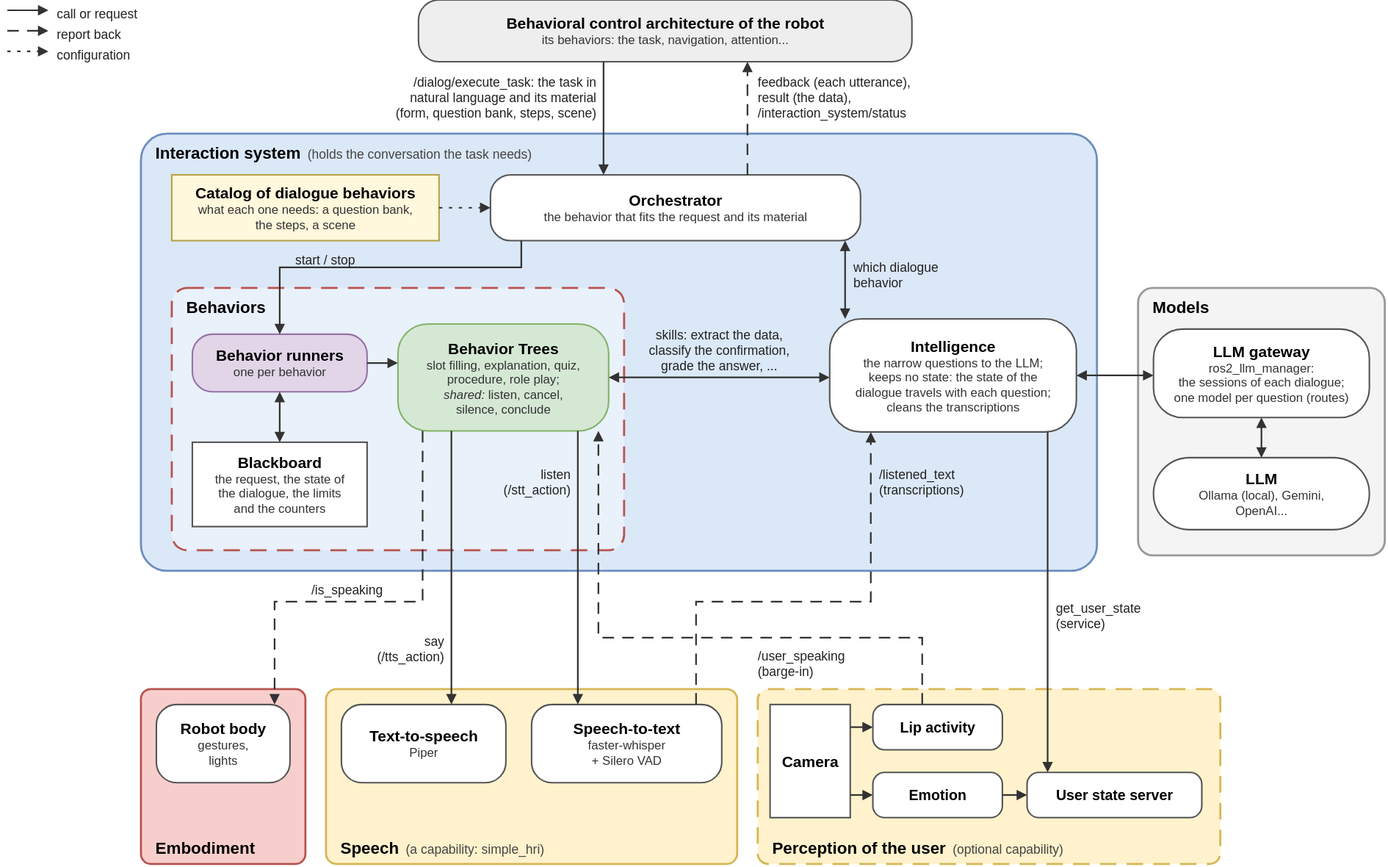
The draw.io diagram media/interaction_system_architecture.drawio.svg in geriabot/interaction_system, before a commit. Source tidied: cells renumbered, new cells last; positions are measured from the earlier drawing's top-left corner, leaving out a move shared by most shapes.
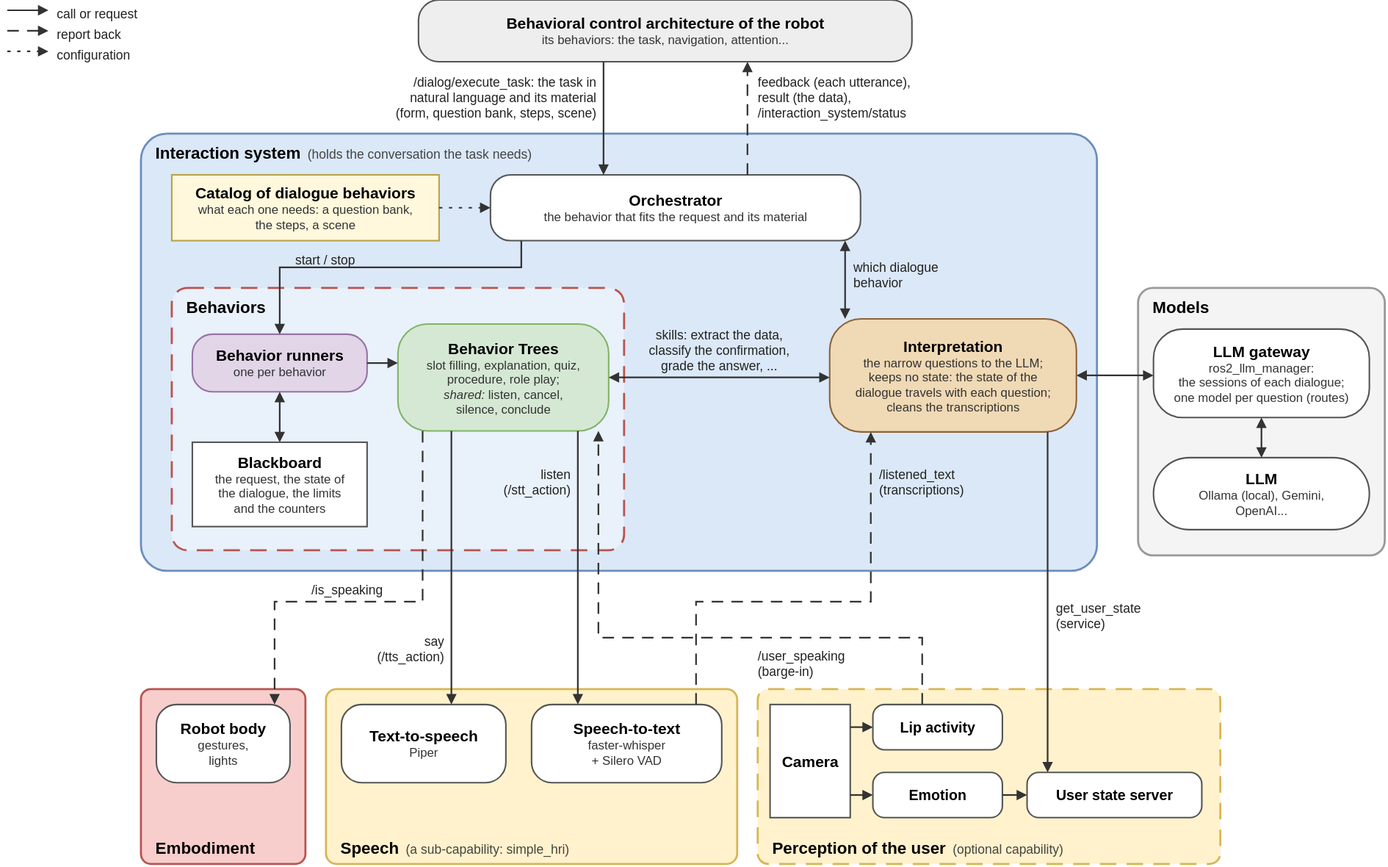
After the change.

Diff of the diagram source:
```diff
@@ -26,7 +26,7 @@
     <mxCell id="9" value="&lt;b style=&quot;font-size:15px&quot;&gt;Blackboard&lt;/b&gt;&lt;br&gt;&lt;span style=&quot;font-size:12px;color:#333333&quot;&gt;the request, the state of&lt;/span&gt;&lt;br&gt;&lt;span style=&quot;font-size:12px;color:#333333&quot;&gt;the dialogue, the limits&lt;/span&gt;&lt;br&gt;&lt;span style=&quot;font-size:12px;color:#333333&quot;&gt;and the counters&lt;/span&gt;" style="rounded=0;whiteSpace=wrap;html=1;fillColor=#ffffff;strokeColor=#555555;strokeWidth=1.5;fontFamily=Helvetica;verticalAlign=middle;" parent="1" vertex="1">
       <mxGeometry x="180" y="430" width="170" height="82" as="geometry" />
     </mxCell>
-    <mxCell id="10" value="&lt;b style=&quot;font-size:15px&quot;&gt;Intelligence&lt;/b&gt;&lt;br&gt;&lt;span style=&quot;font-size:12px;color:#333333&quot;&gt;the narrow questions to the LLM;&lt;/span&gt;&lt;br&gt;&lt;span style=&quot;font-size:12px;color:#333333&quot;&gt;keeps no state: the state of the&lt;/span&gt;&lt;br&gt;&lt;span style=&quot;font-size:12px;color:#333333&quot;&gt;dialogue travels with each question;&lt;/span&gt;&lt;br&gt;&lt;span style=&quot;font-size:12px;color:#333333&quot;&gt;cleans the transcriptions&lt;/span&gt;" style="rounded=1;arcSize=28;whiteSpace=wrap;html=1;fillColor=#ffffff;strokeColor=#555555;strokeWidth=1.5;fontFamily=Helvetica;verticalAlign=middle;" parent="1" vertex="1">
+    <mxCell id="10" value="&lt;b style=&quot;font-size:15px&quot;&gt;Interpretation&lt;/b&gt;&lt;br&gt;&lt;span style=&quot;font-size:12px;color:#333333&quot;&gt;the narrow questions to the LLM;&lt;/span&gt;&lt;br&gt;&lt;span style=&quot;font-size:12px;color:#333333&quot;&gt;keeps no state: the state of the&lt;/span&gt;&lt;br&gt;&lt;span style=&quot;font-size:12px;color:#333333&quot;&gt;dialogue travels with each question;&lt;/span&gt;&lt;br&gt;&lt;span style=&quot;font-size:12px;color:#333333&quot;&gt;cleans the transcriptions&lt;/span&gt;" style="rounded=1;arcSize=28;whiteSpace=wrap;html=1;fillColor=#f0d9b5;strokeColor=#8c6239;strokeWidth=1.5;fontFamily=Helvetica;verticalAlign=middle;" parent="1" vertex="1">
       <mxGeometry x="800" y="310" width="240" height="110" as="geometry" />
     </mxCell>
     <mxCell id="11" value="&lt;b style=&quot;font-size:16px&quot;&gt;Models&lt;/b&gt;" style="rounded=1;arcSize=6;whiteSpace=wrap;html=1;fillColor=#f4f4f4;strokeColor=#999999;strokeWidth=2;fontFamily=Helvetica;verticalAlign=top;align=left;spacingLeft=12;spacingTop=2;" parent="1" vertex="1">
@@ -44,7 +44,7 @@
     <mxCell id="15" value="&lt;b style=&quot;font-size:15px&quot;&gt;Robot body&lt;/b&gt;&lt;br&gt;&lt;span style=&quot;font-size:12px;color:#333333&quot;&gt;gestures,&lt;/span&gt;&lt;br&gt;&lt;span style=&quot;font-size:12px;color:#333333&quot;&gt;lights&lt;/span&gt;" style="rounded=1;arcSize=26;whiteSpace=wrap;html=1;fillColor=#ffffff;strokeColor=#555555;strokeWidth=1.5;fontFamily=Helvetica;verticalAlign=middle;" parent="1" vertex="1">
       <mxGeometry x="145" y="685" width="130" height="76" as="geometry" />
     </mxCell>
-    <mxCell id="16" value="&lt;b style=&quot;font-size:16px&quot;&gt;Speech&lt;/b&gt;&amp;nbsp;&amp;nbsp;&lt;span style=&quot;font-size:12.5px;color:#444444&quot;&gt;(a capability: simple_hri)&lt;/span&gt;" style="rounded=1;arcSize=6;whiteSpace=wrap;html=1;fillColor=#fff2cc;strokeColor=#d6b656;strokeWidth=2;fontFamily=Helvetica;verticalAlign=top;align=left;spacingLeft=12;spacingTop=2;verticalAlign=bottom;spacingBottom=4;" parent="1" vertex="1">
+    <mxCell id="16" value="&lt;b style=&quot;font-size:16px&quot;&gt;Speech&lt;/b&gt;&amp;nbsp;&amp;nbsp;&lt;span style=&quot;font-size:12.5px;color:#444444&quot;&gt;(a sub-capability: simple_hri)&lt;/span&gt;" style="rounded=1;arcSize=6;whiteSpace=wrap;html=1;fillColor=#fff2cc;strokeColor=#d6b656;strokeWidth=2;fontFamily=Helvetica;verticalAlign=top;align=left;spacingLeft=12;spacingTop=2;verticalAlign=bottom;spacingBottom=4;" parent="1" vertex="1">
       <mxGeometry x="310" y="670" width="400" height="170" as="geometry" />
     </mxCell>
     <mxCell id="17" value="&lt;b style=&quot;font-size:15px&quot;&gt;Text-to-speech&lt;/b&gt;&lt;br&gt;&lt;span style=&quot;font-size:12px;color:#333333&quot;&gt;Piper&lt;/span&gt;" style="rounded=1;arcSize=26;whiteSpace=wrap;html=1;fillColor=#ffffff;strokeColor=#555555;strokeWidth=1.5;fontFamily=Helvetica;verticalAlign=middle;" parent="1" vertex="1">
```
